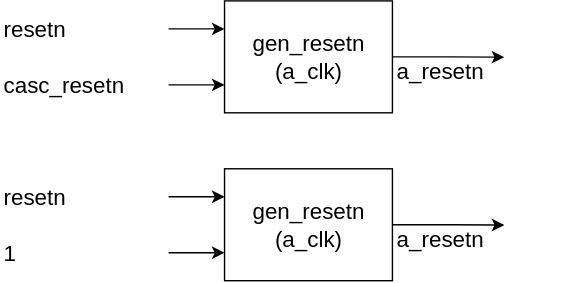
jnjnliwenjie0022/obs keeps this draw.io diagram as de/platform_clk_resetn_gen/sync_resetn/include/resetn_tree.svg. Above is the earlier version. Source tidied: cells renumbered, new cells last; positions are measured from the earlier drawing's top-left corner, leaving out a move shared by most shapes.
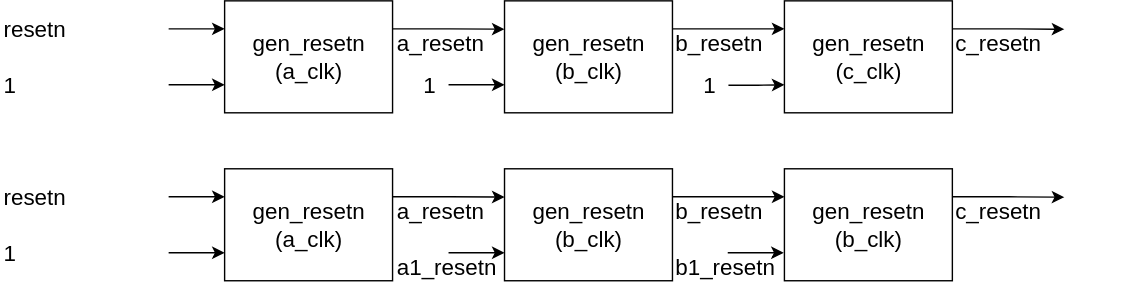
Above is the later version.

Commit message:
vault backup: 2025-10-16 14:56:55

Change to the diagram source:
```diff
@@ -2,9 +2,10 @@
   <root>
     <mxCell id="0" />
     <mxCell id="1" parent="0" />
-    <mxCell id="2" style="edgeStyle=orthogonalEdgeStyle;rounded=0;jettySize=auto;html=1;exitX=1;exitY=0.5;exitDx=0;exitDy=0;" parent="1" edge="1" source="3">
+    <mxCell id="2" style="edgeStyle=orthogonalEdgeStyle;rounded=0;orthogonalLoop=1;jettySize=auto;html=1;exitX=1;exitY=0.5;exitDx=0;exitDy=0;" parent="1" edge="1">
       <mxGeometry relative="1" as="geometry">
-        <mxPoint x="360" y="40.2" as="targetPoint" />
+        <mxPoint x="280" y="20" as="sourcePoint" />
+        <mxPoint x="360" y="20.2" as="targetPoint" />
       </mxGeometry>
     </mxCell>
     <mxCell id="3" value="gen_resetn&lt;div&gt;(a_clk)&lt;/div&gt;" style="rounded=0;whiteSpace=wrap;html=1;fontSize=16;" parent="1" vertex="1">
@@ -23,39 +24,117 @@
         <mxPoint x="160" y="60" as="targetPoint" />
       </mxGeometry>
     </mxCell>
-    <mxCell id="7" value="casc_resetn" style="rounded=0;whiteSpace=wrap;html=1;fontSize=16;fillColor=none;strokeColor=none;align=left;" parent="1" vertex="1">
+    <mxCell id="7" value="1" style="rounded=0;whiteSpace=wrap;html=1;fontSize=16;fillColor=none;strokeColor=none;align=left;" parent="1" vertex="1">
       <mxGeometry y="50" width="120" height="20" as="geometry" />
     </mxCell>
+    <mxCell id="13" value="a_resetn" style="rounded=0;whiteSpace=wrap;html=1;fontSize=16;fillColor=none;strokeColor=none;align=left;" parent="1" vertex="1">
+      <mxGeometry x="280.5" y="20" width="120" height="20" as="geometry" />
+    </mxCell>
+    <mxCell id="16" style="edgeStyle=orthogonalEdgeStyle;rounded=0;jettySize=auto;html=1;exitX=0;exitY=0.75;exitDx=0;exitDy=0;entryX=0;entryY=0.75;entryDx=0;entryDy=0;" parent="1" edge="1" target="18">
+      <mxGeometry relative="1" as="geometry">
+        <mxPoint x="320" y="60" as="sourcePoint" />
+      </mxGeometry>
+    </mxCell>
+    <mxCell id="17" style="edgeStyle=orthogonalEdgeStyle;rounded=0;jettySize=auto;html=1;exitX=1;exitY=0.25;exitDx=0;exitDy=0;" parent="1" edge="1" source="18">
+      <mxGeometry relative="1" as="geometry">
+        <mxPoint x="560" y="20" as="targetPoint" />
+      </mxGeometry>
+    </mxCell>
+    <mxCell id="18" value="gen_resetn&lt;div&gt;(b_clk)&lt;/div&gt;" style="rounded=0;whiteSpace=wrap;html=1;fontSize=16;" parent="1" vertex="1">
+      <mxGeometry x="360" width="120" height="80" as="geometry" />
+    </mxCell>
+    <mxCell id="19" value="1" style="rounded=0;whiteSpace=wrap;html=1;fontSize=16;fillColor=none;strokeColor=none;align=left;" parent="1" vertex="1">
+      <mxGeometry x="300" y="50" width="19.5" height="20" as="geometry" />
+    </mxCell>
+    <mxCell id="20" value="b_resetn" style="rounded=0;whiteSpace=wrap;html=1;fontSize=16;fillColor=none;strokeColor=none;align=left;" parent="1" vertex="1">
+      <mxGeometry x="480" y="20" width="120" height="20" as="geometry" />
+    </mxCell>
+    <mxCell id="21" style="edgeStyle=orthogonalEdgeStyle;rounded=0;jettySize=auto;html=1;exitX=1;exitY=0.25;exitDx=0;exitDy=0;" parent="1" edge="1" source="23">
+      <mxGeometry relative="1" as="geometry">
+        <mxPoint x="760" y="20.3" as="targetPoint" />
+      </mxGeometry>
+    </mxCell>
+    <mxCell id="22" style="edgeStyle=orthogonalEdgeStyle;rounded=0;jettySize=auto;html=1;exitX=0;exitY=0.75;exitDx=0;exitDy=0;entryX=0;entryY=0.75;entryDx=0;entryDy=0;" parent="1" edge="1" target="23">
+      <mxGeometry relative="1" as="geometry">
+        <mxPoint x="520" y="60.3" as="sourcePoint" />
+      </mxGeometry>
+    </mxCell>
+    <mxCell id="23" value="gen_resetn&lt;div&gt;(c_clk)&lt;/div&gt;" style="rounded=0;whiteSpace=wrap;html=1;fontSize=16;" parent="1" vertex="1">
+      <mxGeometry x="560" width="120" height="80" as="geometry" />
+    </mxCell>
+    <mxCell id="24" value="1" style="rounded=0;whiteSpace=wrap;html=1;fontSize=16;fillColor=none;strokeColor=none;align=left;" parent="1" vertex="1">
+      <mxGeometry x="500" y="50" width="19.5" height="20" as="geometry" />
+    </mxCell>
+    <mxCell id="25" value="c_resetn" style="rounded=0;whiteSpace=wrap;html=1;fontSize=16;fillColor=none;strokeColor=none;align=left;" parent="1" vertex="1">
+      <mxGeometry x="680" y="20" width="120" height="20" as="geometry" />
+    </mxCell>
+    <mxCell id="26" style="edgeStyle=orthogonalEdgeStyle;rounded=0;orthogonalLoop=1;jettySize=auto;html=1;exitX=1;exitY=0.5;exitDx=0;exitDy=0;" parent="1" edge="1">
+      <mxGeometry relative="1" as="geometry">
+        <mxPoint x="280" y="140" as="sourcePoint" />
+        <mxPoint x="360" y="140.2" as="targetPoint" />
+      </mxGeometry>
+    </mxCell>
     <mxCell id="8" value="gen_resetn&lt;div&gt;(a_clk)&lt;/div&gt;" style="rounded=0;whiteSpace=wrap;html=1;fontSize=16;" parent="1" vertex="1">
       <mxGeometry x="160" y="120" width="120" height="80" as="geometry" />
     </mxCell>
-    <mxCell id="9" style="edgeStyle=orthogonalEdgeStyle;rounded=0;jettySize=auto;html=1;" parent="1" edge="1" source="10">
-      <mxGeometry relative="1" as="geometry">
-        <mxPoint x="160" y="140" as="targetPoint" />
-      </mxGeometry>
-    </mxCell>
+    <mxCell id="27" style="edgeStyle=orthogonalEdgeStyle;rounded=0;jettySize=auto;html=1;" parent="1" edge="1" source="10">
+      <mxGeometry relative="1" as="geometry">
+        <mxPoint x="160" y="140" as="targetPoint" />
+      </mxGeometry>
+    </mxCell>
     <mxCell id="10" value="resetn" style="rounded=0;whiteSpace=wrap;html=1;fontSize=16;fillColor=none;strokeColor=none;align=left;" parent="1" vertex="1">
       <mxGeometry y="130" width="120" height="20" as="geometry" />
     </mxCell>
-    <mxCell id="11" style="edgeStyle=orthogonalEdgeStyle;rounded=0;jettySize=auto;html=1;" parent="1" edge="1" source="12">
-      <mxGeometry relative="1" as="geometry">
-        <mxPoint x="160" y="180" as="targetPoint" />
-      </mxGeometry>
-    </mxCell>
-    <mxCell id="12" value="1" style="rounded=0;whiteSpace=wrap;html=1;fontSize=16;fillColor=none;strokeColor=none;align=left;" parent="1" vertex="1">
-      <mxGeometry y="170" width="120" height="20" as="geometry" />
-    </mxCell>
-    <mxCell id="13" value="a_resetn" style="rounded=0;whiteSpace=wrap;html=1;fontSize=16;fillColor=none;strokeColor=none;align=left;" parent="1" vertex="1">
-      <mxGeometry x="280.5" y="40" width="120" height="20" as="geometry" />
-    </mxCell>
-    <mxCell id="14" style="edgeStyle=orthogonalEdgeStyle;rounded=0;orthogonalLoop=1;jettySize=auto;html=1;exitX=1;exitY=0.5;exitDx=0;exitDy=0;" parent="1" edge="1">
-      <mxGeometry relative="1" as="geometry">
-        <mxPoint x="280" y="160" as="sourcePoint" />
-        <mxPoint x="360" y="160.2" as="targetPoint" />
-      </mxGeometry>
-    </mxCell>
+    <mxCell id="28" style="edgeStyle=orthogonalEdgeStyle;rounded=0;jettySize=auto;html=1;" parent="1" edge="1" source="29">
+      <mxGeometry relative="1" as="geometry">
+        <mxPoint x="160" y="180" as="targetPoint" />
+      </mxGeometry>
+    </mxCell>
+    <mxCell id="29" value="1" style="rounded=0;whiteSpace=wrap;html=1;fontSize=16;fillColor=none;strokeColor=none;align=left;" parent="1" vertex="1">
+      <mxGeometry y="170" width="120" height="20" as="geometry" />
+    </mxCell>
     <mxCell id="15" value="a_resetn" style="rounded=0;whiteSpace=wrap;html=1;fontSize=16;fillColor=none;strokeColor=none;align=left;" parent="1" vertex="1">
-      <mxGeometry x="280.5" y="160" width="120" height="20" as="geometry" />
+      <mxGeometry x="280.5" y="140" width="120" height="20" as="geometry" />
     </mxCell>
+    <mxCell id="30" style="edgeStyle=orthogonalEdgeStyle;rounded=0;jettySize=auto;html=1;exitX=0;exitY=0.75;exitDx=0;exitDy=0;entryX=0;entryY=0.75;entryDx=0;entryDy=0;" parent="1" edge="1" target="32">
+      <mxGeometry relative="1" as="geometry">
+        <mxPoint x="320" y="180" as="sourcePoint" />
+      </mxGeometry>
+    </mxCell>
+    <mxCell id="31" style="edgeStyle=orthogonalEdgeStyle;rounded=0;jettySize=auto;html=1;exitX=1;exitY=0.25;exitDx=0;exitDy=0;" parent="1" edge="1" source="32">
+      <mxGeometry relative="1" as="geometry">
+        <mxPoint x="560" y="140" as="targetPoint" />
+      </mxGeometry>
+    </mxCell>
+    <mxCell id="32" value="gen_resetn&lt;div&gt;(b_clk)&lt;/div&gt;" style="rounded=0;whiteSpace=wrap;html=1;fontSize=16;" parent="1" vertex="1">
+      <mxGeometry x="360" y="120" width="120" height="80" as="geometry" />
+    </mxCell>
+    <mxCell id="33" value="b_resetn" style="rounded=0;whiteSpace=wrap;html=1;fontSize=16;fillColor=none;strokeColor=none;align=left;" parent="1" vertex="1">
+      <mxGeometry x="480" y="140" width="120" height="20" as="geometry" />
+    </mxCell>
+    <mxCell id="34" value="a1_resetn" style="rounded=0;whiteSpace=wrap;html=1;fontSize=16;fillColor=none;strokeColor=none;align=left;" parent="1" vertex="1">
+      <mxGeometry x="280.5" y="180" width="120" height="20" as="geometry" />
+    </mxCell>
+    <mxCell id="35" value="gen_resetn&lt;div&gt;(b_clk)&lt;/div&gt;" style="rounded=0;whiteSpace=wrap;html=1;fontSize=16;" parent="1" vertex="1">
+      <mxGeometry x="560" y="120" width="120" height="80" as="geometry" />
+    </mxCell>
+    <mxCell id="36" style="edgeStyle=orthogonalEdgeStyle;rounded=0;orthogonalLoop=1;jettySize=auto;html=1;exitX=0;exitY=0.75;exitDx=0;exitDy=0;entryX=0;entryY=0.75;entryDx=0;entryDy=0;" parent="1" edge="1">
+      <mxGeometry relative="1" as="geometry">
+        <mxPoint x="519.5" y="180" as="sourcePoint" />
+        <mxPoint x="559.5" y="180" as="targetPoint" />
+      </mxGeometry>
+    </mxCell>
+    <mxCell id="37" value="b1_resetn" style="rounded=0;whiteSpace=wrap;html=1;fontSize=16;fillColor=none;strokeColor=none;align=left;" parent="1" vertex="1">
+      <mxGeometry x="480" y="180" width="120" height="20" as="geometry" />
+    </mxCell>
+    <mxCell id="38" style="edgeStyle=orthogonalEdgeStyle;rounded=0;orthogonalLoop=1;jettySize=auto;html=1;exitX=1;exitY=0.25;exitDx=0;exitDy=0;" parent="1" edge="1">
+      <mxGeometry relative="1" as="geometry">
+        <mxPoint x="680" y="140" as="sourcePoint" />
+        <mxPoint x="760" y="140.3" as="targetPoint" />
+      </mxGeometry>
+    </mxCell>
+    <mxCell id="39" value="c_resetn" style="rounded=0;whiteSpace=wrap;html=1;fontSize=16;fillColor=none;strokeColor=none;align=left;" parent="1" vertex="1">
+      <mxGeometry x="680" y="140" width="120" height="20" as="geometry" />
+    </mxCell>
   </root>
 </mxGraphModel>
```
